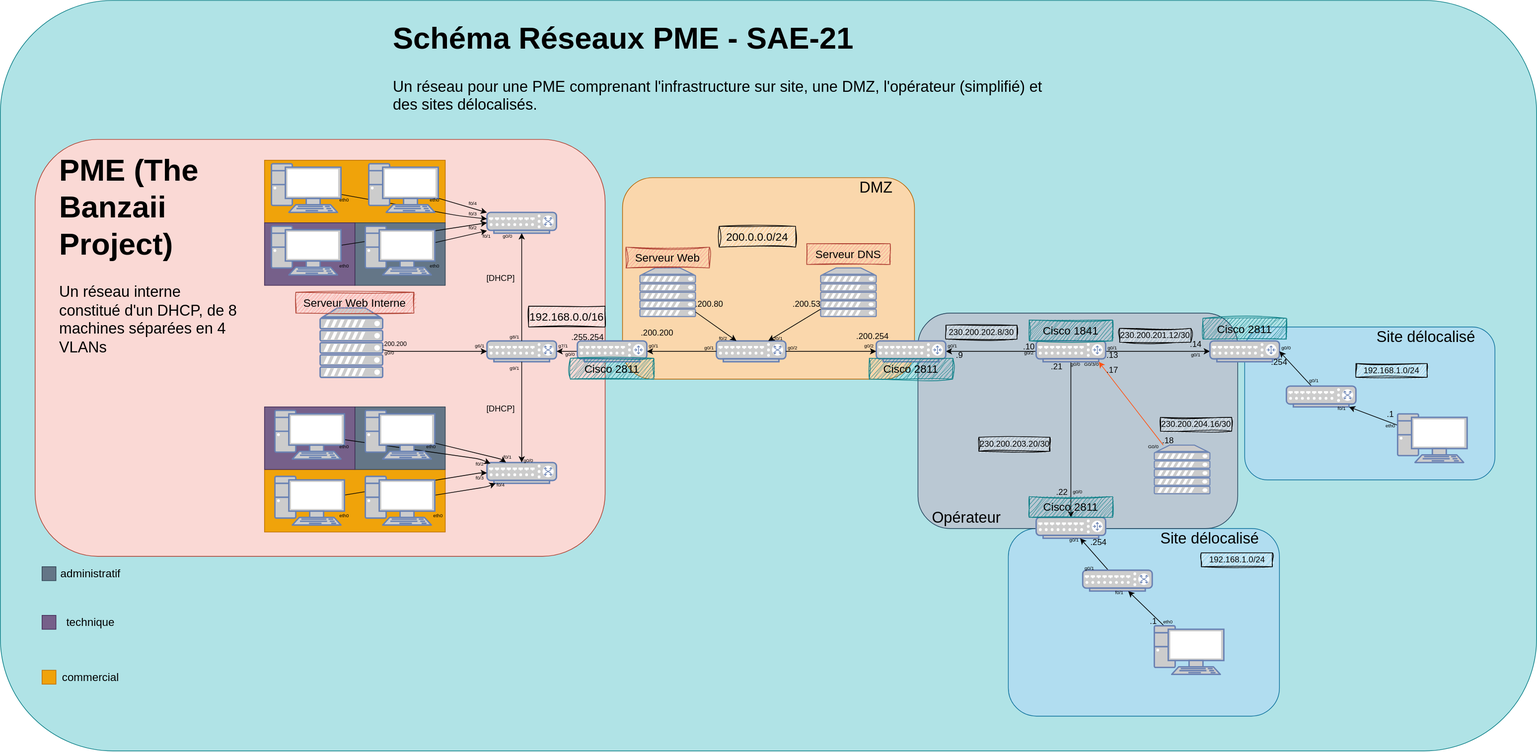
Above: src/schema-reseau.drawio.svg in alexis-opolka/sae-21 (draw.io), before the change. Source tidied: cells renumbered, new cells last; positions are measured from the earlier drawing's top-left corner, leaving out a move shared by most shapes.
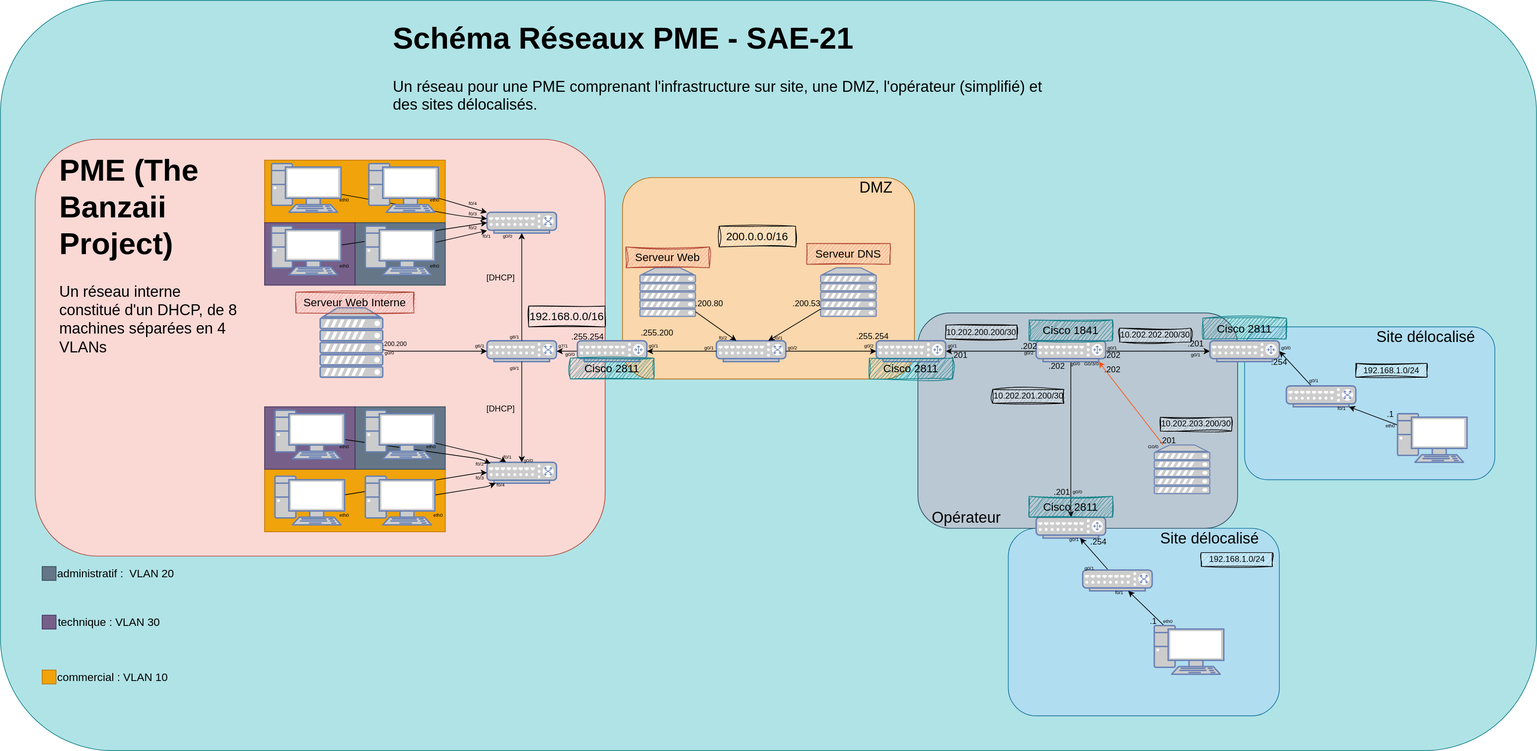
Later version of the same file.

Change to the diagram source:
```diff
@@ -227,19 +227,19 @@
     <mxCell id="68" style="rounded=0;whiteSpace=wrap;html=1;sketch=0;fillStyle=auto;fontSize=16;fillColor=#f0a30a;fontColor=#000000;strokeColor=#BD7000;" parent="1" vertex="1">
       <mxGeometry x="60" y="964" width="20" height="20" as="geometry" />
     </mxCell>
-    <mxCell id="69" value="administratif" style="text;html=1;strokeColor=none;fillColor=none;align=center;verticalAlign=middle;whiteSpace=wrap;rounded=0;sketch=0;fillStyle=auto;fontSize=16;" parent="1" vertex="1">
-      <mxGeometry x="80" y="810" width="100" height="30" as="geometry" />
+    <mxCell id="69" value="administratif :&amp;nbsp; VLAN 20" style="text;html=1;strokeColor=none;fillColor=none;align=left;verticalAlign=middle;whiteSpace=wrap;rounded=0;sketch=0;fillStyle=auto;fontSize=16;" parent="1" vertex="1">
+      <mxGeometry x="80" y="810" width="310" height="30" as="geometry" />
     </mxCell>
-    <mxCell id="70" value="technique" style="text;html=1;strokeColor=none;fillColor=none;align=center;verticalAlign=middle;whiteSpace=wrap;rounded=0;sketch=0;fillStyle=auto;fontSize=16;" parent="1" vertex="1">
-      <mxGeometry x="80" y="880" width="100" height="30" as="geometry" />
+    <mxCell id="70" value="technique : VLAN 30" style="text;html=1;strokeColor=none;fillColor=none;align=left;verticalAlign=middle;whiteSpace=wrap;rounded=0;sketch=0;fillStyle=auto;fontSize=16;" parent="1" vertex="1">
+      <mxGeometry x="81" y="880" width="310" height="30" as="geometry" />
     </mxCell>
-    <mxCell id="71" value="commercial" style="text;html=1;strokeColor=none;fillColor=none;align=center;verticalAlign=middle;whiteSpace=wrap;rounded=0;sketch=0;fillStyle=auto;fontSize=16;" parent="1" vertex="1">
-      <mxGeometry x="80" y="959" width="100" height="30" as="geometry" />
+    <mxCell id="71" value="commercial : VLAN 10" style="text;html=1;strokeColor=none;fillColor=none;align=left;verticalAlign=middle;whiteSpace=wrap;rounded=0;sketch=0;fillStyle=auto;fontSize=16;" parent="1" vertex="1">
+      <mxGeometry x="80" y="959" width="310" height="30" as="geometry" />
     </mxCell>
     <mxCell id="72" value="Cisco 2811" style="text;html=1;strokeColor=#0e8088;fillColor=#0E8088;align=center;verticalAlign=middle;whiteSpace=wrap;rounded=0;fontSize=16;fillStyle=hatch;sketch=1;curveFitting=1;jiggle=2;" parent="1" vertex="1">
       <mxGeometry x="1250" y="515" width="120" height="30" as="geometry" />
     </mxCell>
-    <mxCell id="73" value="&lt;font color=&quot;#030303&quot;&gt;200.0.0.0/24&lt;/font&gt;" style="text;html=1;strokeColor=#000000;fillColor=default;align=center;verticalAlign=middle;whiteSpace=wrap;rounded=0;fillStyle=hatch;fontSize=16;sketch=1;curveFitting=1;jiggle=2;" parent="1" vertex="1">
+    <mxCell id="73" value="&lt;font color=&quot;#030303&quot;&gt;200.0.0.0/16&lt;/font&gt;" style="text;html=1;strokeColor=#000000;fillColor=default;align=center;verticalAlign=middle;whiteSpace=wrap;rounded=0;fillStyle=hatch;fontSize=16;sketch=1;curveFitting=1;jiggle=2;" parent="1" vertex="1">
       <mxGeometry x="1034" y="325" width="110" height="30" as="geometry" />
     </mxCell>
     <mxCell id="74" style="fontColor=#0066CC;verticalAlign=top;verticalLabelPosition=bottom;labelPosition=center;align=center;html=1;outlineConnect=0;fillColor=#CCCCCC;strokeColor=#6881B3;gradientColor=none;gradientDirection=north;strokeWidth=2;shape=mxgraph.networks.pc;" parent="1" vertex="1">
@@ -305,7 +305,7 @@
     <mxCell id="94" value="g0/0" style="text;strokeColor=none;fillColor=none;html=1;align=center;verticalAlign=middle;whiteSpace=wrap;rounded=0;fontSize=7;" parent="1" vertex="1">
       <mxGeometry x="750" y="660" width="20" height="5" as="geometry" />
     </mxCell>
-    <mxCell id="95" value="&lt;font color=&quot;#030303&quot; style=&quot;font-size: 12px;&quot;&gt;.9&lt;/font&gt;" style="text;html=1;strokeColor=none;fillColor=none;align=center;verticalAlign=middle;whiteSpace=wrap;rounded=0;fillStyle=hatch;fontSize=12;sketch=1;curveFitting=1;jiggle=2;" parent="1" vertex="1">
+    <mxCell id="95" value="&lt;font color=&quot;#030303&quot; style=&quot;font-size: 12px;&quot;&gt;.201&lt;/font&gt;" style="text;html=1;strokeColor=none;fillColor=none;align=center;verticalAlign=middle;whiteSpace=wrap;rounded=0;fillStyle=hatch;fontSize=12;sketch=1;curveFitting=1;jiggle=2;" parent="1" vertex="1">
       <mxGeometry x="1370" y="505" width="20" height="11.2" as="geometry" />
     </mxCell>
     <mxCell id="96" value="Serveur Web" style="text;html=1;strokeColor=#ae4132;fillColor=#FA9491;align=center;verticalAlign=middle;whiteSpace=wrap;rounded=0;fontSize=16;fillStyle=hatch;sketch=1;curveFitting=1;jiggle=2;" parent="1" vertex="1">
@@ -347,37 +347,34 @@
     <mxCell id="108" value="g0/0" style="text;strokeColor=none;fillColor=none;html=1;align=center;verticalAlign=middle;whiteSpace=wrap;rounded=0;fontSize=7;" parent="1" vertex="1">
       <mxGeometry x="550" y="505" width="20" height="5" as="geometry" />
     </mxCell>
-    <mxCell id="109" value="&lt;font color=&quot;#030303&quot; style=&quot;font-size: 12px;&quot;&gt;.10&lt;/font&gt;" style="text;html=1;strokeColor=none;fillColor=none;align=center;verticalAlign=middle;whiteSpace=wrap;rounded=0;fillStyle=hatch;fontSize=12;sketch=1;curveFitting=1;jiggle=2;" parent="1" vertex="1">
-      <mxGeometry x="1470" y="493.8" width="20" height="11.2" as="geometry" />
+    <mxCell id="109" value="&lt;font color=&quot;#030303&quot; style=&quot;font-size: 12px;&quot;&gt;.202&lt;/font&gt;" style="text;html=1;strokeColor=none;fillColor=none;align=center;verticalAlign=middle;whiteSpace=wrap;rounded=0;fillStyle=hatch;fontSize=12;sketch=1;curveFitting=1;jiggle=2;" parent="1" vertex="1">
+      <mxGeometry x="1470" y="492.5" width="20" height="11.2" as="geometry" />
     </mxCell>
-    <mxCell id="110" value="&lt;font color=&quot;#030303&quot; style=&quot;font-size: 12px;&quot;&gt;.21&lt;/font&gt;" style="text;html=1;strokeColor=none;fillColor=none;align=center;verticalAlign=middle;whiteSpace=wrap;rounded=0;fillStyle=hatch;fontSize=12;sketch=1;curveFitting=1;jiggle=2;" parent="1" vertex="1">
+    <mxCell id="110" value="&lt;font color=&quot;#030303&quot; style=&quot;font-size: 12px;&quot;&gt;.202&lt;/font&gt;" style="text;html=1;strokeColor=none;fillColor=none;align=center;verticalAlign=middle;whiteSpace=wrap;rounded=0;fillStyle=hatch;fontSize=12;sketch=1;curveFitting=1;jiggle=2;" parent="1" vertex="1">
       <mxGeometry x="1510" y="521.2" width="20" height="11.2" as="geometry" />
     </mxCell>
-    <mxCell id="111" value="&lt;font color=&quot;#030303&quot; style=&quot;font-size: 12px;&quot;&gt;.13&lt;/font&gt;" style="text;html=1;strokeColor=none;fillColor=none;align=center;verticalAlign=middle;whiteSpace=wrap;rounded=0;fillStyle=hatch;fontSize=12;sketch=1;curveFitting=1;jiggle=2;" parent="1" vertex="1">
+    <mxCell id="111" value="&lt;font color=&quot;#030303&quot; style=&quot;font-size: 12px;&quot;&gt;.202&lt;/font&gt;" style="text;html=1;strokeColor=none;fillColor=none;align=center;verticalAlign=middle;whiteSpace=wrap;rounded=0;fillStyle=hatch;fontSize=12;sketch=1;curveFitting=1;jiggle=2;" parent="1" vertex="1">
       <mxGeometry x="1590" y="505" width="20" height="11.2" as="geometry" />
     </mxCell>
-    <mxCell id="112" value="&lt;font color=&quot;#030303&quot; style=&quot;font-size: 12px;&quot;&gt;.17&lt;/font&gt;" style="text;html=1;strokeColor=none;fillColor=none;align=center;verticalAlign=middle;whiteSpace=wrap;rounded=0;fillStyle=hatch;fontSize=12;sketch=1;curveFitting=1;jiggle=2;" parent="1" vertex="1">
+    <mxCell id="112" value="&lt;font color=&quot;#030303&quot; style=&quot;font-size: 12px;&quot;&gt;.202&lt;/font&gt;" style="text;html=1;strokeColor=none;fillColor=none;align=center;verticalAlign=middle;whiteSpace=wrap;rounded=0;fillStyle=hatch;fontSize=12;sketch=1;curveFitting=1;jiggle=2;" parent="1" vertex="1">
       <mxGeometry x="1590" y="526.2" width="20" height="11.2" as="geometry" />
     </mxCell>
-    <mxCell id="113" value="&lt;font color=&quot;#030303&quot; style=&quot;font-size: 12px;&quot;&gt;.22&lt;/font&gt;" style="text;html=1;strokeColor=none;fillColor=none;align=center;verticalAlign=middle;whiteSpace=wrap;rounded=0;fillStyle=hatch;fontSize=12;sketch=1;curveFitting=1;jiggle=2;" parent="1" vertex="1">
+    <mxCell id="113" value="&lt;font color=&quot;#030303&quot; style=&quot;font-size: 12px;&quot;&gt;.201&lt;/font&gt;" style="text;html=1;strokeColor=none;fillColor=none;align=center;verticalAlign=middle;whiteSpace=wrap;rounded=0;fillStyle=hatch;fontSize=12;sketch=1;curveFitting=1;jiggle=2;" parent="1" vertex="1">
       <mxGeometry x="1520" y="702.8" width="15" height="11.2" as="geometry" />
     </mxCell>
-    <mxCell id="114" value="&lt;font color=&quot;#030303&quot; style=&quot;font-size: 12px;&quot;&gt;.14&lt;/font&gt;" style="text;html=1;strokeColor=none;fillColor=none;align=center;verticalAlign=middle;whiteSpace=wrap;rounded=0;fillStyle=hatch;fontSize=12;sketch=1;curveFitting=1;jiggle=2;" parent="1" vertex="1">
+    <mxCell id="114" value="&lt;font color=&quot;#030303&quot; style=&quot;font-size: 12px;&quot;&gt;.201&lt;/font&gt;" style="text;html=1;strokeColor=none;fillColor=none;align=center;verticalAlign=middle;whiteSpace=wrap;rounded=0;fillStyle=hatch;fontSize=12;sketch=1;curveFitting=1;jiggle=2;" parent="1" vertex="1">
       <mxGeometry x="1710" y="489.4" width="20" height="11.2" as="geometry" />
     </mxCell>
-    <mxCell id="115" value="&lt;font color=&quot;#030303&quot; style=&quot;font-size: 12px;&quot;&gt;.18&lt;/font&gt;" style="text;html=1;strokeColor=none;fillColor=none;align=center;verticalAlign=middle;whiteSpace=wrap;rounded=0;fillStyle=hatch;fontSize=12;sketch=1;curveFitting=1;jiggle=2;" parent="1" vertex="1">
+    <mxCell id="115" value="&lt;font color=&quot;#030303&quot; style=&quot;font-size: 12px;&quot;&gt;.201&lt;/font&gt;" style="text;html=1;strokeColor=none;fillColor=none;align=center;verticalAlign=middle;whiteSpace=wrap;rounded=0;fillStyle=hatch;fontSize=12;sketch=1;curveFitting=1;jiggle=2;" parent="1" vertex="1">
       <mxGeometry x="1670" y="628.8" width="20" height="11.2" as="geometry" />
     </mxCell>
-    <mxCell id="116" value="&lt;font color=&quot;#030303&quot; style=&quot;font-size: 12px;&quot;&gt;230.200.201.12/30&lt;/font&gt;" style="text;html=1;strokeColor=#000000;fillColor=default;align=center;verticalAlign=middle;whiteSpace=wrap;rounded=0;fillStyle=hatch;fontSize=12;sketch=1;curveFitting=1;jiggle=2;" parent="1" vertex="1">
+    <mxCell id="116" value="&lt;font color=&quot;#030303&quot; style=&quot;font-size: 12px;&quot;&gt;10.202.202.200/30&lt;/font&gt;" style="text;html=1;strokeColor=#000000;fillColor=default;align=center;verticalAlign=middle;whiteSpace=wrap;rounded=0;fillStyle=hatch;fontSize=12;sketch=1;curveFitting=1;jiggle=2;" parent="1" vertex="1">
       <mxGeometry x="1610" y="471.9" width="102.5" height="20" as="geometry" />
     </mxCell>
-    <mxCell id="117" value="&lt;font color=&quot;#030303&quot; style=&quot;font-size: 12px;&quot;&gt;230.200.202.8/30&lt;/font&gt;" style="text;html=1;strokeColor=#000000;fillColor=default;align=center;verticalAlign=middle;whiteSpace=wrap;rounded=0;fillStyle=hatch;fontSize=12;sketch=1;curveFitting=1;jiggle=2;" parent="1" vertex="1">
+    <mxCell id="117" value="&lt;font color=&quot;#030303&quot; style=&quot;font-size: 12px;&quot;&gt;10.202.200.200/30&lt;/font&gt;" style="text;html=1;strokeColor=#000000;fillColor=default;align=center;verticalAlign=middle;whiteSpace=wrap;rounded=0;fillStyle=hatch;fontSize=12;sketch=1;curveFitting=1;jiggle=2;" parent="1" vertex="1">
       <mxGeometry x="1360" y="467.5" width="102.5" height="20" as="geometry" />
     </mxCell>
-    <mxCell id="118" value="&lt;font color=&quot;#030303&quot; style=&quot;font-size: 12px;&quot;&gt;230.200.203.20/30&lt;/font&gt;" style="text;html=1;strokeColor=#000000;fillColor=default;align=center;verticalAlign=middle;whiteSpace=wrap;rounded=0;fillStyle=hatch;fontSize=12;sketch=1;curveFitting=1;jiggle=2;" parent="1" vertex="1">
-      <mxGeometry x="1407.5" y="628.8" width="102.5" height="20" as="geometry" />
-    </mxCell>
-    <mxCell id="119" value="&lt;font color=&quot;#030303&quot; style=&quot;font-size: 12px;&quot;&gt;230.200.204.16/30&lt;/font&gt;" style="text;html=1;strokeColor=#000000;fillColor=default;align=center;verticalAlign=middle;whiteSpace=wrap;rounded=0;fillStyle=hatch;fontSize=12;sketch=1;curveFitting=1;jiggle=2;" parent="1" vertex="1">
+    <mxCell id="119" value="&lt;font color=&quot;#030303&quot; style=&quot;font-size: 12px;&quot;&gt;10.202.203.200/30&lt;/font&gt;" style="text;html=1;strokeColor=#000000;fillColor=default;align=center;verticalAlign=middle;whiteSpace=wrap;rounded=0;fillStyle=hatch;fontSize=12;sketch=1;curveFitting=1;jiggle=2;" parent="1" vertex="1">
       <mxGeometry x="1668.8" y="600" width="102.5" height="20" as="geometry" />
     </mxCell>
     <mxCell id="120" value="&lt;font color=&quot;#030303&quot; style=&quot;font-size: 12px;&quot;&gt;.200.80&lt;/font&gt;" style="text;html=1;strokeColor=none;fillColor=none;align=center;verticalAlign=middle;whiteSpace=wrap;rounded=0;fillStyle=hatch;fontSize=12;sketch=1;curveFitting=1;jiggle=2;" parent="1" vertex="1">
@@ -479,10 +476,10 @@
     <mxCell id="152" value="&lt;font color=&quot;#030303&quot; style=&quot;font-size: 12px;&quot;&gt;[DHCP]&lt;/font&gt;" style="text;html=1;strokeColor=none;fillColor=none;align=center;verticalAlign=middle;whiteSpace=wrap;rounded=0;fillStyle=hatch;fontSize=12;sketch=1;curveFitting=1;jiggle=2;" parent="1" vertex="1">
       <mxGeometry x="695" y="392.5" width="50" height="15" as="geometry" />
     </mxCell>
-    <mxCell id="153" value="&lt;font color=&quot;#030303&quot; style=&quot;font-size: 12px;&quot;&gt;.200.254&lt;/font&gt;" style="text;html=1;strokeColor=none;fillColor=none;align=center;verticalAlign=middle;whiteSpace=wrap;rounded=0;fillStyle=hatch;fontSize=12;sketch=1;curveFitting=1;jiggle=2;" parent="1" vertex="1">
+    <mxCell id="153" value="&lt;font color=&quot;#030303&quot; style=&quot;font-size: 12px;&quot;&gt;.255.254&lt;/font&gt;" style="text;html=1;strokeColor=none;fillColor=none;align=center;verticalAlign=middle;whiteSpace=wrap;rounded=0;fillStyle=hatch;fontSize=12;sketch=1;curveFitting=1;jiggle=2;" parent="1" vertex="1">
       <mxGeometry x="1230" y="478.1" width="50" height="11.2" as="geometry" />
     </mxCell>
-    <mxCell id="154" value="&lt;font color=&quot;#030303&quot; style=&quot;font-size: 12px;&quot;&gt;.200.200&lt;/font&gt;" style="text;html=1;strokeColor=none;fillColor=none;align=center;verticalAlign=middle;whiteSpace=wrap;rounded=0;fillStyle=hatch;fontSize=12;sketch=1;curveFitting=1;jiggle=2;" parent="1" vertex="1">
+    <mxCell id="154" value="&lt;font color=&quot;#030303&quot; style=&quot;font-size: 12px;&quot;&gt;.255.200&lt;/font&gt;" style="text;html=1;strokeColor=none;fillColor=none;align=center;verticalAlign=middle;whiteSpace=wrap;rounded=0;fillStyle=hatch;fontSize=12;sketch=1;curveFitting=1;jiggle=2;" parent="1" vertex="1">
       <mxGeometry x="920" y="473.1" width="50" height="11.2" as="geometry" />
     </mxCell>
     <mxCell id="155" value="&lt;font color=&quot;#030303&quot; style=&quot;font-size: 12px;&quot;&gt;.255.254&lt;/font&gt;" style="text;html=1;strokeColor=none;fillColor=none;align=center;verticalAlign=middle;whiteSpace=wrap;rounded=0;fillStyle=hatch;fontSize=12;sketch=1;curveFitting=1;jiggle=2;" parent="1" vertex="1">
@@ -491,5 +488,8 @@
     <mxCell id="156" value="g0/0" style="text;strokeColor=none;fillColor=none;html=1;align=center;verticalAlign=middle;whiteSpace=wrap;rounded=0;fontSize=7;" parent="1" vertex="1">
       <mxGeometry x="810" y="503.1" width="20" height="13.1" as="geometry" />
     </mxCell>
+    <mxCell id="157" value="&lt;font color=&quot;#030303&quot; style=&quot;font-size: 12px;&quot;&gt;10.202.201.200/30&lt;/font&gt;" style="text;html=1;strokeColor=#000000;fillColor=default;align=center;verticalAlign=middle;whiteSpace=wrap;rounded=0;fillStyle=hatch;fontSize=12;sketch=1;curveFitting=1;jiggle=2;" parent="1" vertex="1">
+      <mxGeometry x="1427.5" y="560" width="102.5" height="20" as="geometry" />
+    </mxCell>
   </root>
 </mxGraphModel>
```
